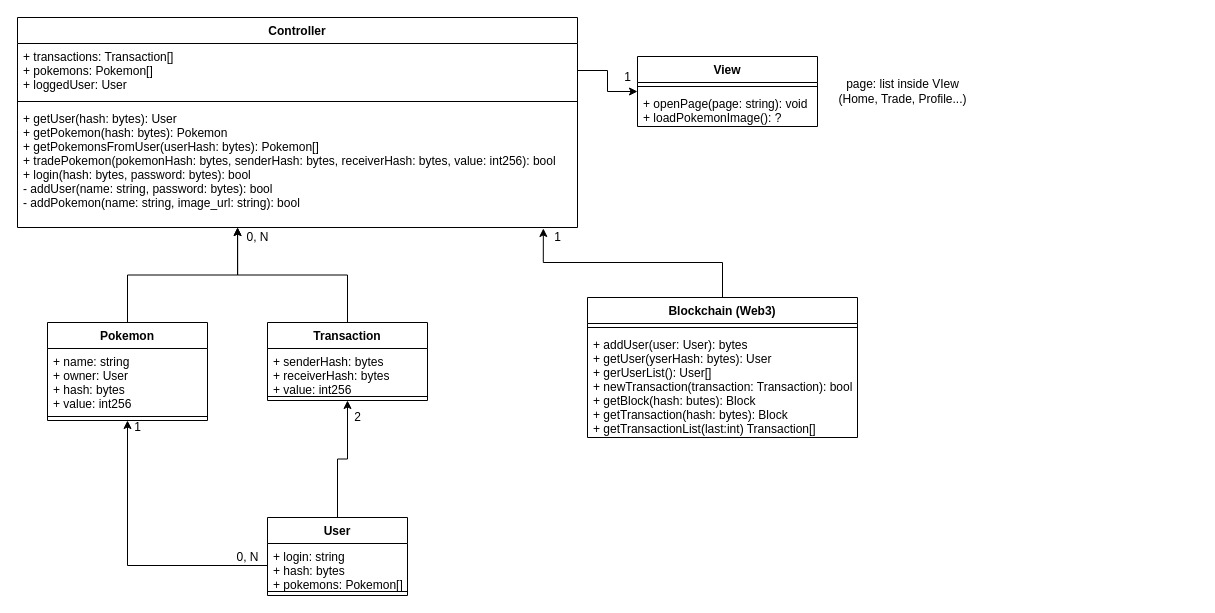
This is Docs/Diagrama de Classes.drawio from ViniPessoa8/Oficina_II_Blockchain, a draw.io file, before an edit. Source tidied: cells renumbered, new cells numbered last; positions are measured from the earlier drawing's top-left corner, leaving out a move shared by most shapes. Both pictures are drawn from the tidied source at 100%, with x=0, y=0 at pixel (17, 17).
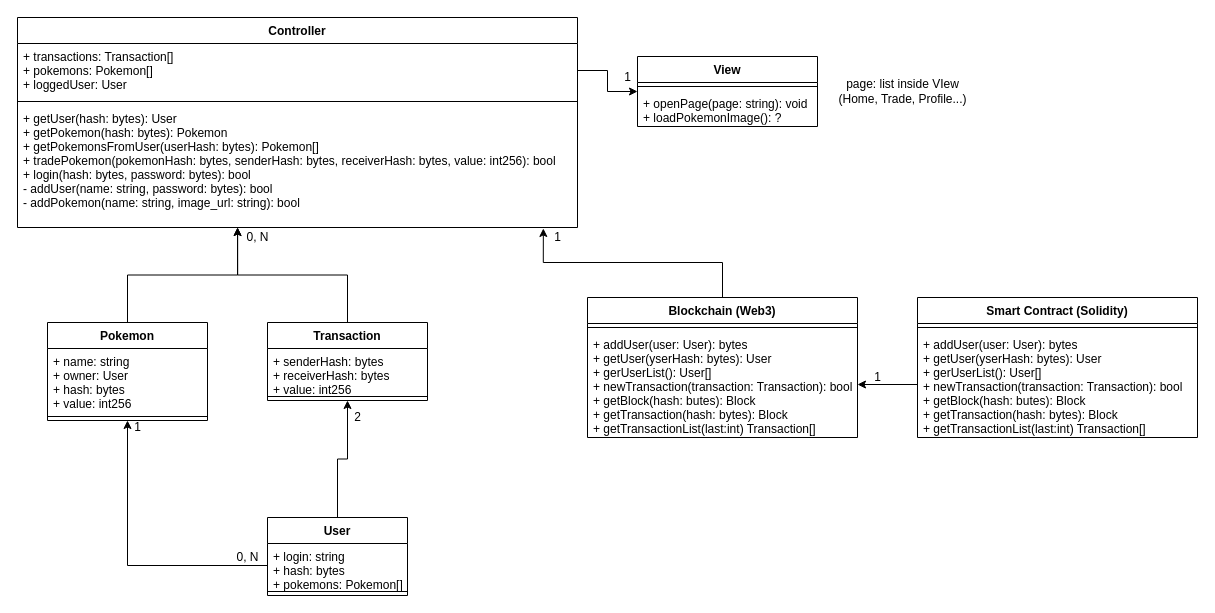
Above is the later version.

Commit message:
Diagrama de classes: Smart Contract

Unchanged cells that the change refers to:
```xml
<mxCell id="17" value="+ addUser(user: User): bytes&#10;+ getUser(yserHash: bytes): User&#10;+ gerUserList(): User[]&#10;+ newTransaction(transaction: Transaction): bool&#10;+ getBlock(hash: butes): Block&#10;+ getTransaction(hash: bytes): Block&#10;+ getTransactionList(last:int) Transaction[]&#10;" style="text;strokeColor=none;fillColor=none;align=left;verticalAlign=top;spacingLeft=4;spacingRight=4;overflow=hidden;points=[[0,0.5],[1,0.5]];portConstraint=eastwest;" parent="15" vertex="1">
  <mxGeometry y="34" width="270" height="106" as="geometry" />
</mxCell>
```

What changed in the source:
```diff
@@
+    <mxCell id="34" value="Smart Contract (Solidity)" style="swimlane;fontStyle=1;align=center;verticalAlign=top;horizontal=1;startSize=26;" parent="1" vertex="1">
+      <mxGeometry x="900" y="280" width="280" height="140" as="geometry" />
+    </mxCell>
+    <mxCell id="35" style="line;strokeWidth=1;fillColor=none;align=left;verticalAlign=middle;spacingTop=-1;spacingLeft=3;spacingRight=3;labelPosition=right;strokeColor=inherit;" parent="34" vertex="1">
+      <mxGeometry y="26" width="280" height="8" as="geometry" />
+    </mxCell>
+    <mxCell id="36" value="+ addUser(user: User): bytes&#10;+ getUser(yserHash: bytes): User&#10;+ gerUserList(): User[]&#10;+ newTransaction(transaction: Transaction): bool&#10;+ getBlock(hash: butes): Block&#10;+ getTransaction(hash: bytes): Block&#10;+ getTransactionList(last:int) Transaction[]&#10;&#10;" style="text;strokeColor=none;fillColor=none;align=left;verticalAlign=top;spacingLeft=4;spacingRight=4;overflow=hidden;points=[[0,0.5],[1,0.5]];portConstraint=eastwest;" parent="34" vertex="1">
+      <mxGeometry y="34" width="280" height="106" as="geometry" />
+    </mxCell>
+    <mxCell id="37" style="edgeStyle=orthogonalEdgeStyle;rounded=0;jettySize=auto;html=1;" parent="1" edge="1" source="36" target="17">
+      <mxGeometry relative="1" as="geometry" />
+    </mxCell>
+    <mxCell id="38" value="1&lt;br&gt;" style="text;html=1;align=center;verticalAlign=middle;strokeColor=none;fillColor=none;" parent="1" vertex="1">
+      <mxGeometry x="845" y="345" width="30" height="30" as="geometry" />
+    </mxCell>
```
